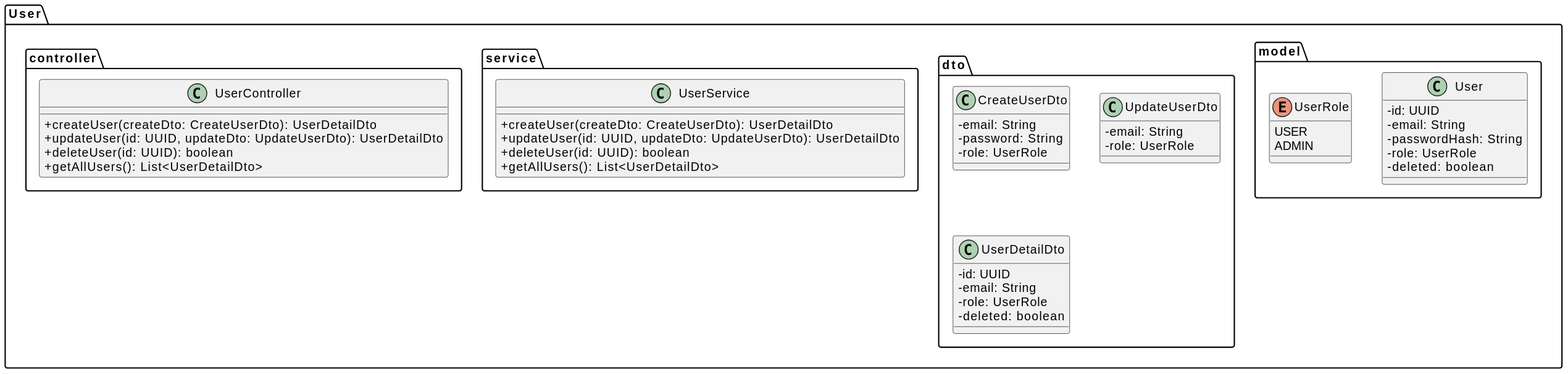
This is docs/diagram-img/class-user.svg from tondracek/inqool-tennis, a PlantUML export, as it was before one commit. Its diagram source:
```plantuml
@startuml
skinparam classAttributeIconSize 0

package "User" {
	package "model" {
	  class User {
	    - id: UUID
	    - email: String
	    - passwordHash: String
	    - role: UserRole
	    - deleted: boolean
	  }

	  enum UserRole {
	    USER
	    ADMIN
	  }
	}

	package "dto" {
		class CreateUserDto {
	    - email: String
	    - password: String
	    - role: UserRole
	  }

	  class UpdateUserDto {
	    - email: String
	    - role: UserRole
	  }

	  class UserDetailDto {
	    - id: UUID
	    - email: String
	    - role: UserRole
	    - deleted: boolean
	  }
	}

	package "service" {
		class UserService {
			+ createUser(createDto: CreateUserDto): UserDetailDto
			+ updateUser(id: UUID, updateDto: UpdateUserDto): UserDetailDto
			+ deleteUser(id: UUID): boolean
			+ getAllUsers(): List<UserDetailDto>
		}
	}

	package "controller" {
		class UserController {
			+ createUser(createDto: CreateUserDto): UserDetailDto
			+ updateUser(id: UUID, updateDto: UpdateUserDto): UserDetailDto
			+ deleteUser(id: UUID): boolean
			+ getAllUsers(): List<UserDetailDto>
		}
	}
}
@enduml
```
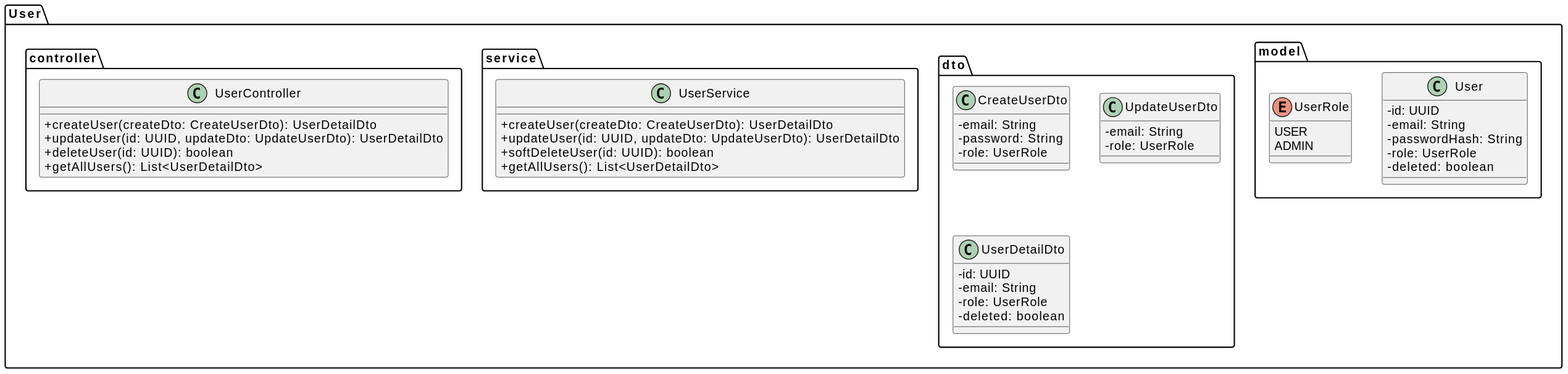
Later version of the same file.

The edit, as a diff of the source:
```diff
@@ -41,7 +41,7 @@
 		class UserService {
 			+ createUser(createDto: CreateUserDto): UserDetailDto
 			+ updateUser(id: UUID, updateDto: UpdateUserDto): UserDetailDto
-			+ deleteUser(id: UUID): boolean
+			+ softDeleteUser(id: UUID): boolean
 			+ getAllUsers(): List<UserDetailDto>
 		}
 	}
```
